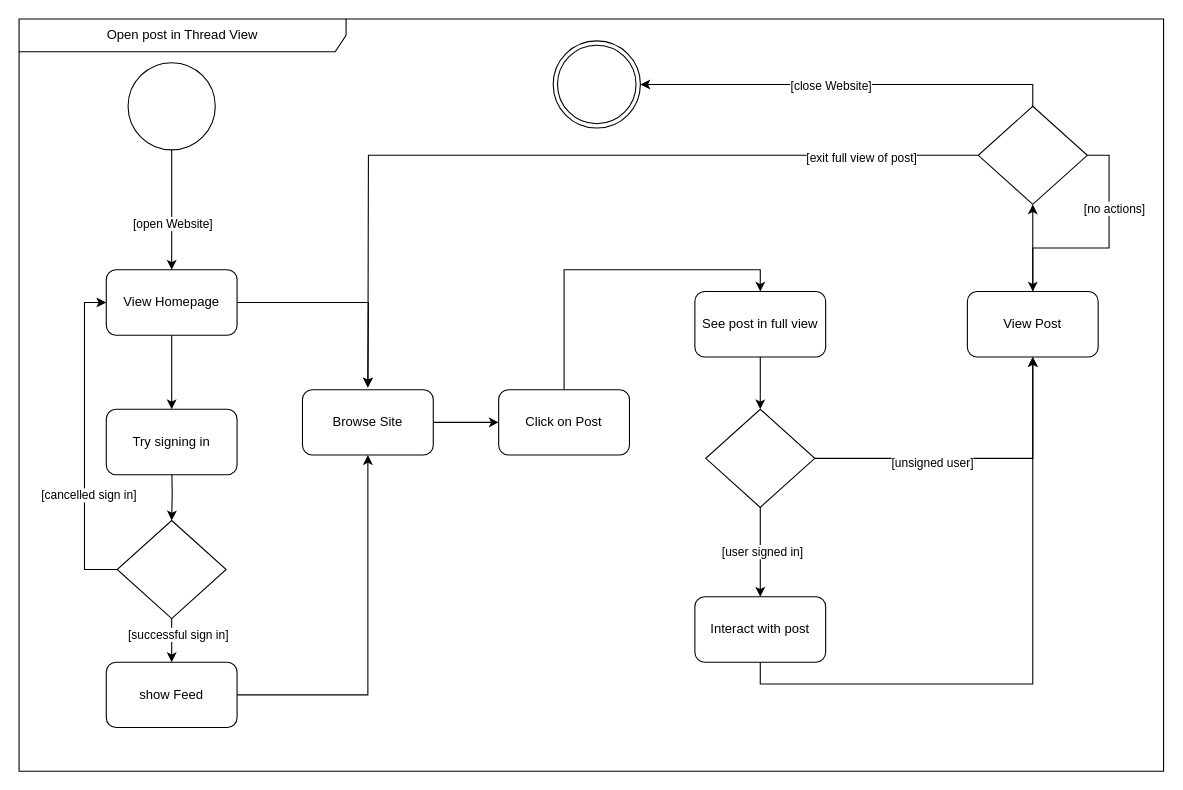
Before: docs/diagrams/sources/UserActivityThreadView.drawio in SE-TINF22B6/DHBWhub, a draw.io diagram. Source tidied: cells renumbered, new cells numbered last; positions are measured from the earlier drawing's top-left corner, leaving out a move shared by most shapes. Both pictures are drawn from the tidied source at 109%, with x=0, y=0 at pixel (19, 19).
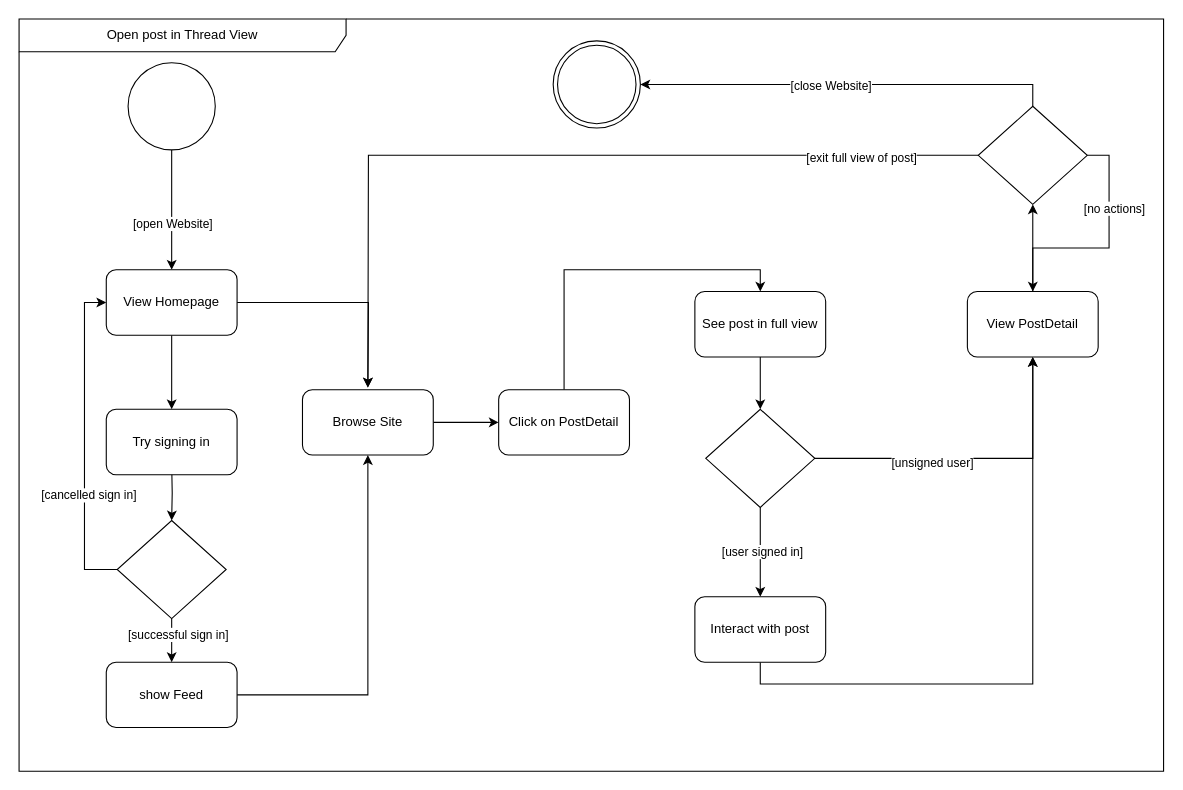
The same page after the edit.

Change to the diagram source:
```diff
@@
-    <mxCell id="19" value="Click on Post" style="rounded=1;whiteSpace=wrap;html=1;" parent="1" vertex="1">
+    <mxCell id="19" value="Click on PostDetail" style="rounded=1;whiteSpace=wrap;html=1;" parent="1" vertex="1">
       <mxGeometry x="440" y="340" width="120" height="60" as="geometry" />
     </mxCell>
@@
-    <mxCell id="30" value="View Post" style="rounded=1;whiteSpace=wrap;html=1;" parent="1" vertex="1">
+    <mxCell id="30" value="View PostDetail" style="rounded=1;whiteSpace=wrap;html=1;" parent="1" vertex="1">
       <mxGeometry x="870" y="250" width="120" height="60" as="geometry" />
     </mxCell>
```
